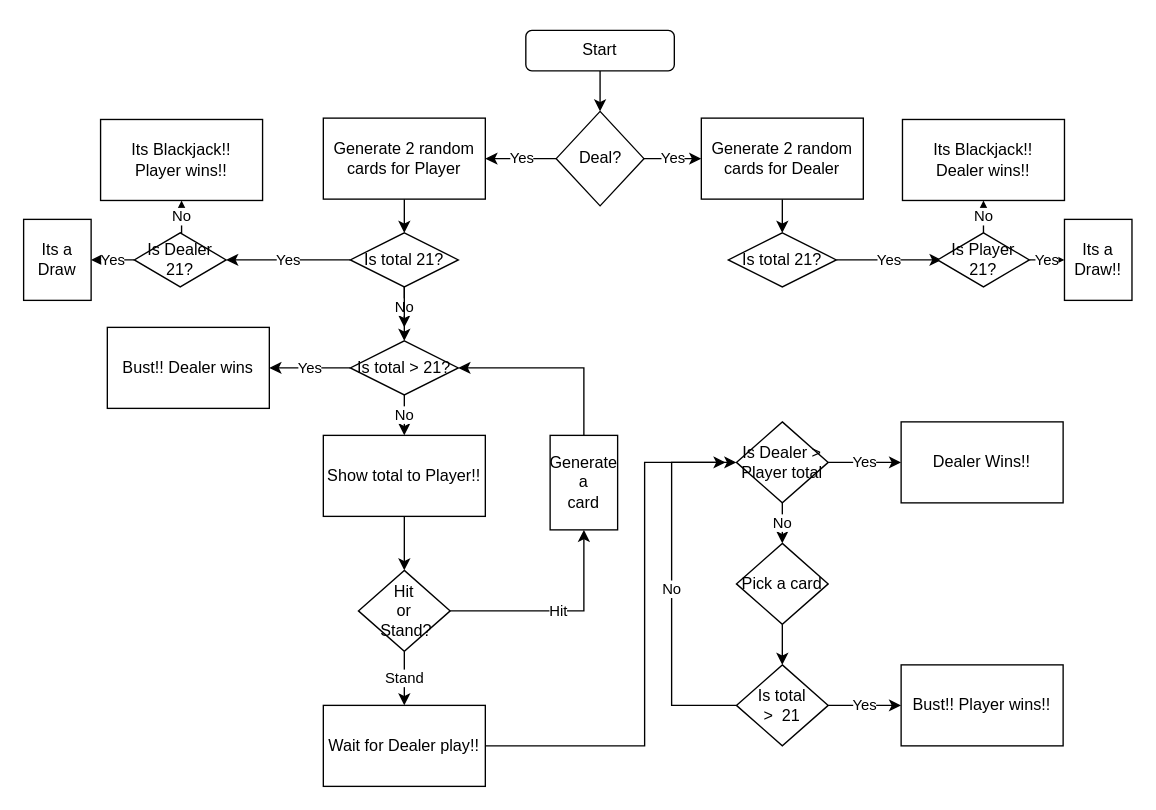
Earlier version of the draw.io diagram Blackjack.drawio (udx1/learning-python). Source tidied: cells renumbered, new cells numbered last; positions are measured from the earlier drawing's top-left corner, leaving out a move shared by most shapes. Both pictures are drawn from the tidied source at 135%, with x=0, y=0 at pixel (23, 30).
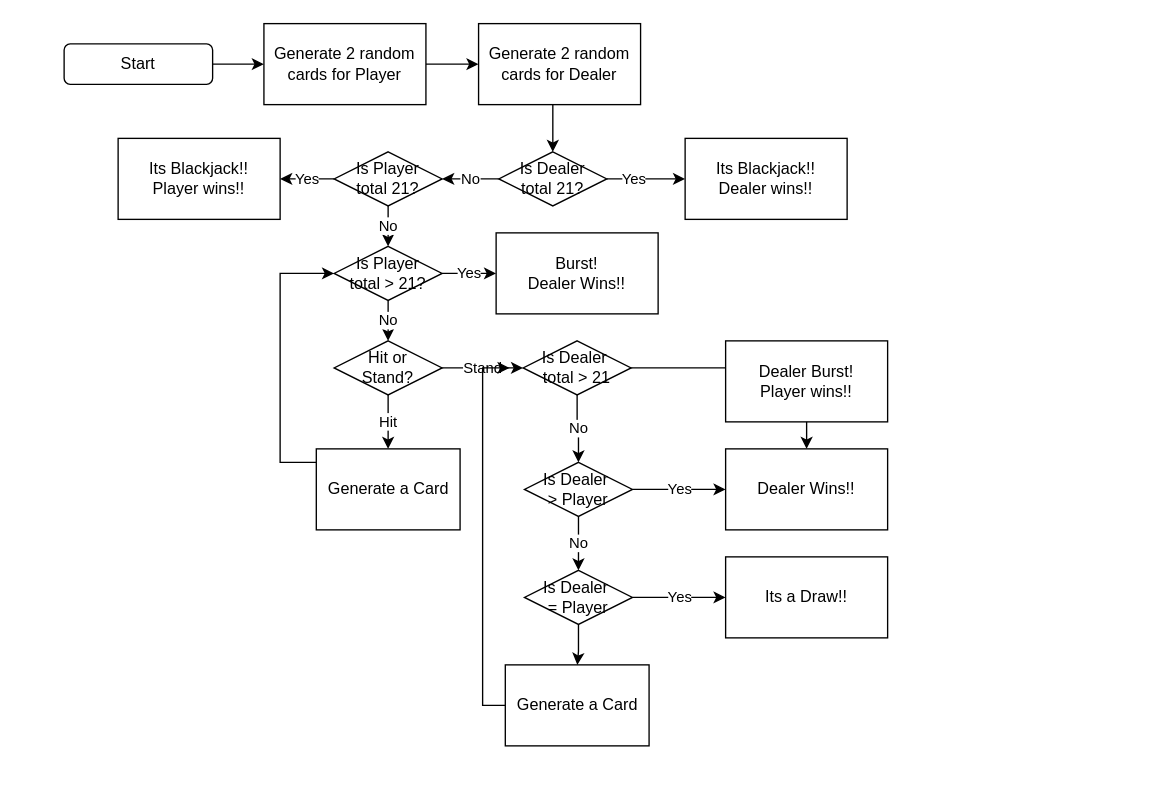
After the change.

What changed in the source:
```diff
@@
-    <mxCell id="2" style="edgeStyle=none;rounded=0;jettySize=auto;html=1;" parent="1" edge="1" source="3" target="6">
-      <mxGeometry relative="1" as="geometry" />
-    </mxCell>
+    <mxCell id="50" style="edgeStyle=elbowEdgeStyle;rounded=0;jettySize=auto;html=1;" parent="1" edge="1" source="3" target="8">
+      <mxGeometry relative="1" as="geometry" />
+    </mxCell>
     <mxCell id="3" value="Start" style="rounded=1;whiteSpace=wrap;html=1;" parent="1" vertex="1">
-      <mxGeometry x="372" width="110" height="30" as="geometry" />
+      <mxGeometry x="30" y="10" width="110" height="30" as="geometry" />
     </mxCell>
-    <mxCell id="4" value="Yes" style="edgeStyle=none;rounded=0;jettySize=auto;html=1;" parent="1" edge="1" source="6" target="8">
-      <mxGeometry relative="1" as="geometry" />
-    </mxCell>
-    <mxCell id="5" value="Yes" style="edgeStyle=none;rounded=0;jettySize=auto;html=1;" parent="1" edge="1" source="6" target="14">
-      <mxGeometry relative="1" as="geometry" />
-    </mxCell>
-    <mxCell id="6" value="Deal?" style="rhombus;whiteSpace=wrap;html=1;" parent="1" vertex="1">
-      <mxGeometry x="394.5" y="60" width="65" height="70" as="geometry" />
-    </mxCell>
-    <mxCell id="7" style="edgeStyle=none;rounded=0;jettySize=auto;html=1;" parent="1" edge="1" source="8" target="12">
-      <mxGeometry relative="1" as="geometry" />
-    </mxCell>
+    <mxCell id="51" style="edgeStyle=elbowEdgeStyle;rounded=0;jettySize=auto;html=1;" parent="1" edge="1" source="8" target="14">
+      <mxGeometry relative="1" as="geometry" />
+    </mxCell>
     <mxCell id="8" value="Generate 2 random cards for Player" style="whiteSpace=wrap;html=1;" parent="1" vertex="1">
-      <mxGeometry x="222" y="65" width="120" height="60" as="geometry" />
+      <mxGeometry x="178" y="-5" width="120" height="60" as="geometry" />
     </mxCell>
-    <mxCell id="9" value="No" style="edgeStyle=none;rounded=0;jettySize=auto;html=1;" parent="1" edge="1" source="12">
-      <mxGeometry relative="1" as="geometry">
-        <mxPoint x="282" y="220" as="targetPoint" />
-      </mxGeometry>
-    </mxCell>
-    <mxCell id="10" style="edgeStyle=none;rounded=0;jettySize=auto;html=1;" parent="1" edge="1" source="12" target="18">
-      <mxGeometry relative="1" as="geometry" />
-    </mxCell>
-    <mxCell id="11" value="Yes" style="edgeStyle=orthogonalEdgeStyle;rounded=0;jettySize=auto;html=1;" parent="1" edge="1" source="12" target="34">
-      <mxGeometry relative="1" as="geometry" />
-    </mxCell>
-    <mxCell id="12" value="Is total 21?" style="rhombus;whiteSpace=wrap;html=1;" parent="1" vertex="1">
-      <mxGeometry x="242" y="150" width="80" height="40" as="geometry" />
-    </mxCell>
-    <mxCell id="13" style="edgeStyle=orthogonalEdgeStyle;rounded=0;jettySize=auto;html=1;" parent="1" edge="1" source="14">
-      <mxGeometry relative="1" as="geometry">
-        <mxPoint x="562" y="150" as="targetPoint" />
-      </mxGeometry>
-    </mxCell>
+    <mxCell id="52" style="edgeStyle=elbowEdgeStyle;rounded=0;jettySize=auto;html=1;" parent="1" edge="1" source="14" target="30">
+      <mxGeometry relative="1" as="geometry" />
+    </mxCell>
     <mxCell id="14" value="Generate 2 random cards for Dealer" style="whiteSpace=wrap;html=1;" parent="1" vertex="1">
-      <mxGeometry x="502" y="65" width="120" height="60" as="geometry" />
+      <mxGeometry x="337" y="-5" width="120" height="60" as="geometry" />
     </mxCell>
-    <mxCell id="15" value="Its Blackjack!! &lt;br&gt;Player wins!!" style="whiteSpace=wrap;html=1;" parent="1" vertex="1">
-      <mxGeometry x="57" y="66" width="120" height="60" as="geometry" />
-    </mxCell>
-    <mxCell id="16" value="Yes" style="edgeStyle=none;rounded=0;jettySize=auto;html=1;" parent="1" edge="1" source="18" target="19">
-      <mxGeometry relative="1" as="geometry" />
-    </mxCell>
-    <mxCell id="17" value="No" style="edgeStyle=none;rounded=0;jettySize=auto;html=1;" parent="1" edge="1" source="18" target="21">
-      <mxGeometry relative="1" as="geometry" />
-    </mxCell>
-    <mxCell id="18" value="Is total &amp;gt; 21?" style="rhombus;whiteSpace=wrap;html=1;" parent="1" vertex="1">
-      <mxGeometry x="242" y="230" width="80" height="40" as="geometry" />
-    </mxCell>
-    <mxCell id="19" value="Bust!! Dealer wins" style="whiteSpace=wrap;html=1;" parent="1" vertex="1">
-      <mxGeometry x="62" y="220" width="120" height="60" as="geometry" />
-    </mxCell>
-    <mxCell id="20" style="edgeStyle=none;rounded=0;jettySize=auto;html=1;" parent="1" edge="1" source="21" target="24">
-      <mxGeometry relative="1" as="geometry" />
-    </mxCell>
-    <mxCell id="21" value="Show total to Player!!" style="whiteSpace=wrap;html=1;" parent="1" vertex="1">
-      <mxGeometry x="222" y="300" width="120" height="60" as="geometry" />
-    </mxCell>
-    <mxCell id="22" value="Stand" style="edgeStyle=none;rounded=0;jettySize=auto;html=1;" parent="1" edge="1" source="24" target="26">
-      <mxGeometry relative="1" as="geometry" />
-    </mxCell>
-    <mxCell id="23" value="Hit" style="edgeStyle=orthogonalEdgeStyle;rounded=0;jettySize=auto;html=1;exitX=1;exitY=0.5;exitDx=0;exitDy=0;entryX=0.5;entryY=1;entryDx=0;entryDy=0;" parent="1" edge="1" source="24" target="28">
-      <mxGeometry relative="1" as="geometry" />
-    </mxCell>
-    <mxCell id="24" value="Hit &lt;br&gt;or&lt;br&gt;&amp;nbsp;Stand?" style="rhombus;whiteSpace=wrap;html=1;" parent="1" vertex="1">
-      <mxGeometry x="248" y="400" width="68" height="60" as="geometry" />
-    </mxCell>
-    <mxCell id="25" style="edgeStyle=orthogonalEdgeStyle;rounded=0;jettySize=auto;html=1;entryX=0;entryY=0.5;entryDx=0;entryDy=0;" parent="1" edge="1" source="26" target="42">
-      <mxGeometry relative="1" as="geometry">
-        <Array as="points">
-          <mxPoint x="460" y="530" />
-          <mxPoint x="460" y="320" />
-        </Array>
-      </mxGeometry>
-    </mxCell>
-    <mxCell id="26" value="Wait for Dealer play!!" style="whiteSpace=wrap;html=1;" parent="1" vertex="1">
-      <mxGeometry x="222" y="500" width="120" height="60" as="geometry" />
-    </mxCell>
-    <mxCell id="27" style="edgeStyle=orthogonalEdgeStyle;rounded=0;jettySize=auto;html=1;exitX=0.5;exitY=0;exitDx=0;exitDy=0;entryX=1;entryY=0.5;entryDx=0;entryDy=0;" parent="1" edge="1" source="28" target="18">
-      <mxGeometry relative="1" as="geometry" />
-    </mxCell>
-    <mxCell id="28" value="Generate&lt;br&gt;a&lt;br&gt;card" style="whiteSpace=wrap;html=1;" parent="1" vertex="1">
-      <mxGeometry x="390" y="300" width="50" height="70" as="geometry" />
-    </mxCell>
-    <mxCell id="29" value="Yes" style="edgeStyle=orthogonalEdgeStyle;rounded=0;jettySize=auto;html=1;" parent="1" edge="1" source="30">
-      <mxGeometry relative="1" as="geometry">
-        <mxPoint x="680" y="170" as="targetPoint" />
-      </mxGeometry>
-    </mxCell>
+    <mxCell id="53" style="edgeStyle=elbowEdgeStyle;rounded=0;jettySize=auto;html=1;" parent="1" edge="1" source="30" target="31">
+      <mxGeometry relative="1" as="geometry" />
+    </mxCell>
+    <mxCell id="54" value="Yes" style="edgeLabel;html=1;align=center;verticalAlign=middle;" parent="53" vertex="1">
+      <mxGeometry x="-0.34" y="1" relative="1" as="geometry" />
+    </mxCell>
+    <mxCell id="55" value="No" style="edgeStyle=elbowEdgeStyle;rounded=0;jettySize=auto;html=1;" parent="1" edge="1" source="30" target="58">
+      <mxGeometry relative="1" as="geometry" />
+    </mxCell>
-    <mxCell id="30" value="Is total 21?" style="rhombus;whiteSpace=wrap;html=1;" parent="1" vertex="1">
-      <mxGeometry x="522" y="150" width="80" height="40" as="geometry" />
+    <mxCell id="30" value="Is Dealer &lt;br&gt;total 21?" style="rhombus;whiteSpace=wrap;html=1;" parent="1" vertex="1">
+      <mxGeometry x="352" y="90" width="80" height="40" as="geometry" />
     </mxCell>
     <mxCell id="31" value="Its Blackjack!! &lt;br&gt;Dealer wins!!" style="whiteSpace=wrap;html=1;" parent="1" vertex="1">
-      <mxGeometry x="651" y="66" width="120" height="60" as="geometry" />
+      <mxGeometry x="490" y="80" width="120" height="60" as="geometry" />
     </mxCell>
-    <mxCell id="32" value="No" style="edgeStyle=orthogonalEdgeStyle;rounded=0;jettySize=auto;html=1;exitX=0.5;exitY=0;exitDx=0;exitDy=0;entryX=0.5;entryY=1;entryDx=0;entryDy=0;" parent="1" edge="1" source="34" target="15">
-      <mxGeometry relative="1" as="geometry" />
-    </mxCell>
-    <mxCell id="33" value="Yes" style="edgeStyle=orthogonalEdgeStyle;rounded=0;jettySize=auto;html=1;" parent="1" edge="1" source="34" target="35">
-      <mxGeometry relative="1" as="geometry" />
-    </mxCell>
-    <mxCell id="34" value="Is Dealer 21?" style="rhombus;whiteSpace=wrap;html=1;" parent="1" vertex="1">
-      <mxGeometry x="82" y="150" width="68" height="40" as="geometry" />
-    </mxCell>
-    <mxCell id="35" value="Its a Draw" style="whiteSpace=wrap;html=1;" parent="1" vertex="1">
-      <mxGeometry y="140" width="50" height="60" as="geometry" />
-    </mxCell>
-    <mxCell id="36" value="No" style="edgeStyle=orthogonalEdgeStyle;rounded=0;jettySize=auto;html=1;" parent="1" edge="1" source="38" target="31">
-      <mxGeometry relative="1" as="geometry" />
-    </mxCell>
-    <mxCell id="37" value="Yes" style="edgeStyle=orthogonalEdgeStyle;rounded=0;jettySize=auto;html=1;" parent="1" edge="1" source="38" target="39">
-      <mxGeometry relative="1" as="geometry" />
-    </mxCell>
-    <mxCell id="38" value="Is Player 21?" style="rhombus;whiteSpace=wrap;html=1;" parent="1" vertex="1">
-      <mxGeometry x="677" y="150" width="68" height="40" as="geometry" />
-    </mxCell>
+    <mxCell id="56" value="Yes" style="edgeStyle=elbowEdgeStyle;rounded=0;jettySize=auto;html=1;" parent="1" edge="1" source="58" target="15">
+      <mxGeometry relative="1" as="geometry" />
+    </mxCell>
+    <mxCell id="57" value="No" style="edgeStyle=elbowEdgeStyle;rounded=0;jettySize=auto;html=1;" parent="1" edge="1" source="58" target="61">
+      <mxGeometry relative="1" as="geometry" />
+    </mxCell>
+    <mxCell id="58" value="Is Player&lt;br&gt;total 21?" style="rhombus;whiteSpace=wrap;html=1;" parent="1" vertex="1">
+      <mxGeometry x="230" y="90" width="80" height="40" as="geometry" />
+    </mxCell>
+    <mxCell id="15" value="Its Blackjack!! &lt;br&gt;Player wins!!" style="whiteSpace=wrap;html=1;" parent="1" vertex="1">
+      <mxGeometry x="70" y="80" width="120" height="60" as="geometry" />
+    </mxCell>
+    <mxCell id="59" value="No" style="edgeStyle=elbowEdgeStyle;rounded=0;jettySize=auto;html=1;" parent="1" edge="1" source="61" target="24">
+      <mxGeometry relative="1" as="geometry" />
+    </mxCell>
+    <mxCell id="60" value="Yes" style="edgeStyle=elbowEdgeStyle;rounded=0;jettySize=auto;html=1;" parent="1" edge="1" source="61" target="62">
+      <mxGeometry relative="1" as="geometry" />
+    </mxCell>
+    <mxCell id="61" value="Is Player&lt;br&gt;total &amp;gt; 21?" style="rhombus;whiteSpace=wrap;html=1;" parent="1" vertex="1">
+      <mxGeometry x="230" y="160" width="80" height="40" as="geometry" />
+    </mxCell>
+    <mxCell id="23" value="Hit" style="edgeStyle=elbowEdgeStyle;rounded=0;jettySize=auto;html=1;" parent="1" edge="1" source="24" target="64">
+      <mxGeometry relative="1" as="geometry" />
+    </mxCell>
+    <mxCell id="22" value="Stand" style="edgeStyle=orthogonalEdgeStyle;rounded=0;jettySize=auto;html=1;" parent="1" edge="1" source="24" target="67">
+      <mxGeometry relative="1" as="geometry" />
+    </mxCell>
+    <mxCell id="24" value="Hit or &lt;br&gt;Stand?" style="rhombus;whiteSpace=wrap;html=1;" parent="1" vertex="1">
+      <mxGeometry x="230" y="230" width="80" height="40" as="geometry" />
+    </mxCell>
+    <mxCell id="62" value="Burst! &lt;br&gt;Dealer Wins!!" style="whiteSpace=wrap;html=1;" parent="1" vertex="1">
+      <mxGeometry x="350" y="150" width="120" height="60" as="geometry" />
+    </mxCell>
+    <mxCell id="63" style="edgeStyle=orthogonalEdgeStyle;rounded=0;jettySize=auto;html=1;entryX=0;entryY=0.5;entryDx=0;entryDy=0;" parent="1" edge="1" source="64" target="61">
+      <mxGeometry relative="1" as="geometry">
+        <Array as="points">
+          <mxPoint x="190" y="320" />
+          <mxPoint x="190" y="180" />
+        </Array>
+      </mxGeometry>
+    </mxCell>
+    <mxCell id="64" value="Generate a Card" style="whiteSpace=wrap;html=1;" parent="1" vertex="1">
+      <mxGeometry x="216.8" y="310" width="106.5" height="60" as="geometry" />
+    </mxCell>
+    <mxCell id="65" style="edgeStyle=orthogonalEdgeStyle;rounded=0;jettySize=auto;html=1;" parent="1" edge="1" source="67" target="45">
+      <mxGeometry relative="1" as="geometry" />
+    </mxCell>
+    <mxCell id="66" value="No" style="edgeStyle=orthogonalEdgeStyle;rounded=0;jettySize=auto;html=1;" parent="1" edge="1" source="67" target="70">
+      <mxGeometry relative="1" as="geometry" />
+    </mxCell>
+    <mxCell id="67" value="Is Dealer&amp;nbsp;&lt;br&gt;total &amp;gt; 21" style="rhombus;whiteSpace=wrap;html=1;" parent="1" vertex="1">
+      <mxGeometry x="370" y="230" width="80" height="40" as="geometry" />
+    </mxCell>
+    <mxCell id="45" value="Dealer Wins!!" style="whiteSpace=wrap;html=1;" parent="1" vertex="1">
+      <mxGeometry x="520" y="310" width="120" height="60" as="geometry" />
+    </mxCell>
+    <mxCell id="68" value="Yes" style="edgeStyle=orthogonalEdgeStyle;rounded=0;jettySize=auto;html=1;" parent="1" edge="1" source="70" target="45">
+      <mxGeometry relative="1" as="geometry" />
+    </mxCell>
+    <mxCell id="69" value="No" style="edgeStyle=orthogonalEdgeStyle;rounded=0;jettySize=auto;html=1;" parent="1" edge="1" source="70" target="76">
+      <mxGeometry relative="1" as="geometry" />
+    </mxCell>
+    <mxCell id="70" value="Is Dealer&amp;nbsp;&lt;br&gt;&amp;gt; Player" style="rhombus;whiteSpace=wrap;html=1;" parent="1" vertex="1">
+      <mxGeometry x="371" y="320" width="80" height="40" as="geometry" />
+    </mxCell>
+    <mxCell id="71" value="Dealer Burst! &lt;br&gt;Player wins!!" style="whiteSpace=wrap;html=1;" parent="1" vertex="1">
+      <mxGeometry x="520" y="230" width="120" height="60" as="geometry" />
+    </mxCell>
+    <mxCell id="72" style="edgeStyle=orthogonalEdgeStyle;rounded=0;jettySize=auto;html=1;" parent="1" edge="1" source="73">
+      <mxGeometry relative="1" as="geometry">
+        <mxPoint x="360" y="250" as="targetPoint" />
+        <Array as="points">
+          <mxPoint x="340" y="500" />
+          <mxPoint x="340" y="250" />
+        </Array>
+      </mxGeometry>
+    </mxCell>
+    <mxCell id="73" value="Generate a Card" style="whiteSpace=wrap;html=1;" parent="1" vertex="1">
+      <mxGeometry x="356.8" y="470" width="106.5" height="60" as="geometry" />
+    </mxCell>
+    <mxCell id="74" value="Yes" style="edgeStyle=orthogonalEdgeStyle;rounded=0;jettySize=auto;html=1;" parent="1" edge="1" source="76" target="39">
+      <mxGeometry relative="1" as="geometry" />
+    </mxCell>
+    <mxCell id="75" style="edgeStyle=orthogonalEdgeStyle;rounded=0;jettySize=auto;html=1;" parent="1" edge="1" source="76" target="73">
+      <mxGeometry relative="1" as="geometry" />
+    </mxCell>
+    <mxCell id="76" value="Is Dealer&amp;nbsp;&lt;br&gt;= Player" style="rhombus;whiteSpace=wrap;html=1;" parent="1" vertex="1">
+      <mxGeometry x="371" y="400" width="80" height="40" as="geometry" />
+    </mxCell>
-    <mxCell id="39" value="Its&amp;nbsp;a&lt;br&gt;Draw!!" style="whiteSpace=wrap;html=1;" parent="1" vertex="1">
-      <mxGeometry x="771" y="140" width="50" height="60" as="geometry" />
+    <mxCell id="39" value="Its a Draw!!" style="whiteSpace=wrap;html=1;" parent="1" vertex="1">
+      <mxGeometry x="520" y="390" width="120" height="60" as="geometry" />
     </mxCell>
-    <mxCell id="40" value="No" style="edgeStyle=orthogonalEdgeStyle;rounded=0;jettySize=auto;html=1;" parent="1" edge="1" source="42">
-      <mxGeometry relative="1" as="geometry">
-        <mxPoint x="562" y="380" as="targetPoint" />
-      </mxGeometry>
-    </mxCell>
-    <mxCell id="41" value="Yes" style="edgeStyle=orthogonalEdgeStyle;rounded=0;jettySize=auto;html=1;" parent="1" edge="1" source="42" target="45">
-      <mxGeometry relative="1" as="geometry" />
-    </mxCell>
-    <mxCell id="42" value="Is Dealer &amp;gt; Player total" style="rhombus;whiteSpace=wrap;html=1;" parent="1" vertex="1">
-      <mxGeometry x="528" y="290" width="68" height="60" as="geometry" />
-    </mxCell>
-    <mxCell id="43" style="edgeStyle=orthogonalEdgeStyle;rounded=0;jettySize=auto;html=1;" parent="1" edge="1" source="44" target="48">
-      <mxGeometry relative="1" as="geometry" />
-    </mxCell>
-    <mxCell id="44" value="Pick a card" style="rhombus;whiteSpace=wrap;html=1;" parent="1" vertex="1">
-      <mxGeometry x="528" y="380" width="68" height="60" as="geometry" />
-    </mxCell>
-    <mxCell id="45" value="Dealer Wins!!" style="whiteSpace=wrap;html=1;" parent="1" vertex="1">
-      <mxGeometry x="650" y="290" width="120" height="60" as="geometry" />
-    </mxCell>
-    <mxCell id="46" value="Yes" style="edgeStyle=orthogonalEdgeStyle;rounded=0;jettySize=auto;html=1;" parent="1" edge="1" source="48" target="49">
-      <mxGeometry relative="1" as="geometry" />
-    </mxCell>
-    <mxCell id="47" value="No" style="edgeStyle=elbowEdgeStyle;rounded=0;jettySize=auto;html=1;" parent="1" edge="1" source="48">
-      <mxGeometry relative="1" as="geometry">
-        <mxPoint x="520" y="320" as="targetPoint" />
-        <Array as="points">
-          <mxPoint x="480" y="500" />
-          <mxPoint x="530" y="500" />
-          <mxPoint x="490" y="480" />
-        </Array>
-      </mxGeometry>
-    </mxCell>
-    <mxCell id="48" value="Is total&lt;br&gt;&amp;gt;&amp;nbsp; 21" style="rhombus;whiteSpace=wrap;html=1;" parent="1" vertex="1">
-      <mxGeometry x="528" y="470" width="68" height="60" as="geometry" />
-    </mxCell>
-    <mxCell id="49" value="Bust!! Player wins!!" style="whiteSpace=wrap;html=1;" parent="1" vertex="1">
-      <mxGeometry x="650" y="470" width="120" height="60" as="geometry" />
-    </mxCell>
```
